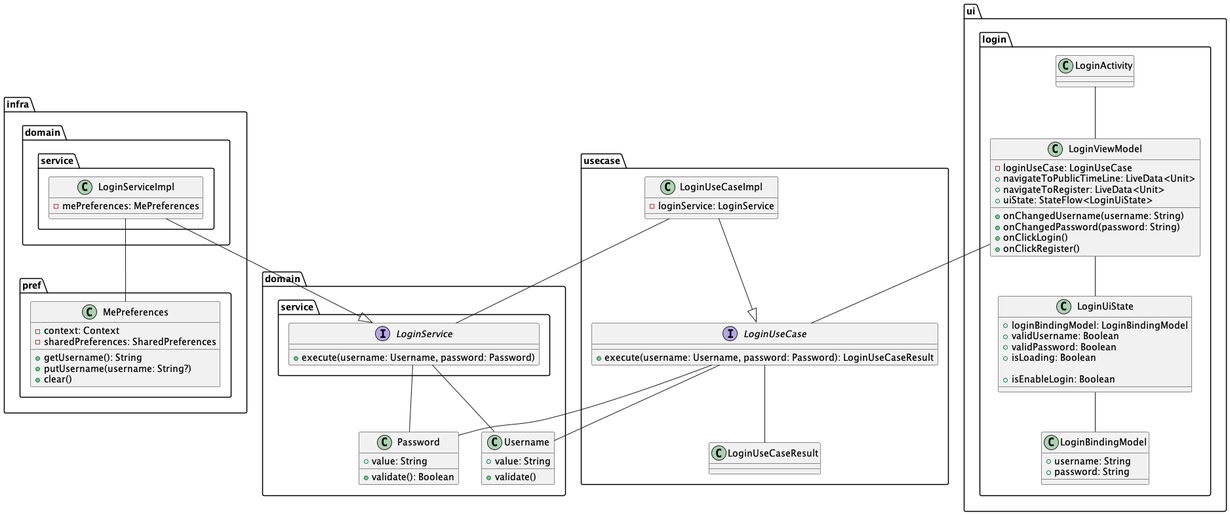
This is Yatter/image/3/login_class.png from suzukibelltree/Yatter2025-Internship, a PlantUML export, as it was before one commit.
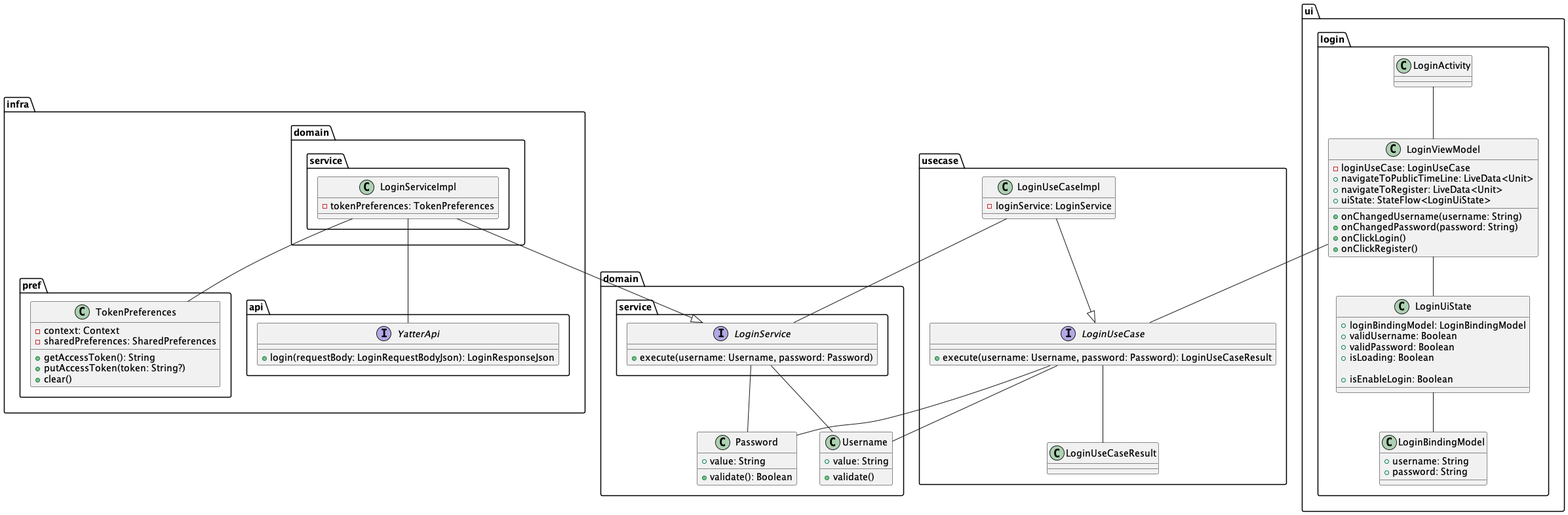
The same file after the commit.

Change to the diagram source:
```diff
@@ -20,11 +20,11 @@
 
 package infra {
   package pref {
-    class MePreferences {
+    class TokenPreferences {
       - context: Context
       - sharedPreferences: SharedPreferences
-      + getUsername(): String
-      + putUsername(username: String?)
+      + getAccessToken(): String
+      + putAccessToken(token: String?)
       + clear()
     }
   }
@@ -32,8 +32,14 @@
   package domain {
     package service {
       class LoginServiceImpl {
-        - mePreferences: MePreferences
+        - tokenPreferences: TokenPreferences
       }
+    }
+  }
+
+  package api {
+    interface YatterApi {
+      + login(requestBody: LoginRequestBodyJson): LoginResponseJson
     }
   }
 }
@@ -80,7 +86,8 @@
   }
 }
 
-LoginServiceImpl -- MePreferences
+LoginServiceImpl -- TokenPreferences
+LoginServiceImpl -- YatterApi
 LoginServiceImpl --|> LoginService
 
 LoginActivity -- LoginViewModel
```
